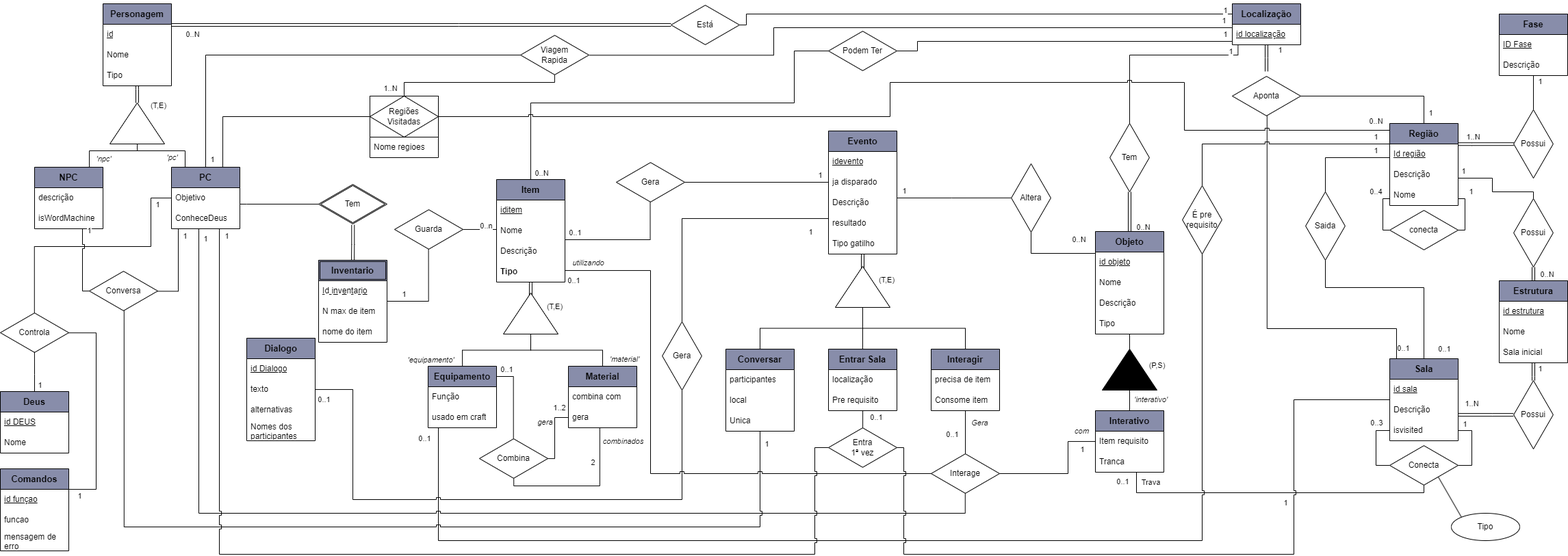
SBD1/2023.2-OneShot keeps this draw.io diagram as docs/images/modelagem/DER-1.0.png. Above is the earlier version. Source tidied: cells renumbered, new cells last; positions are measured from the earlier drawing's top-left corner, leaving out a move shared by most shapes.
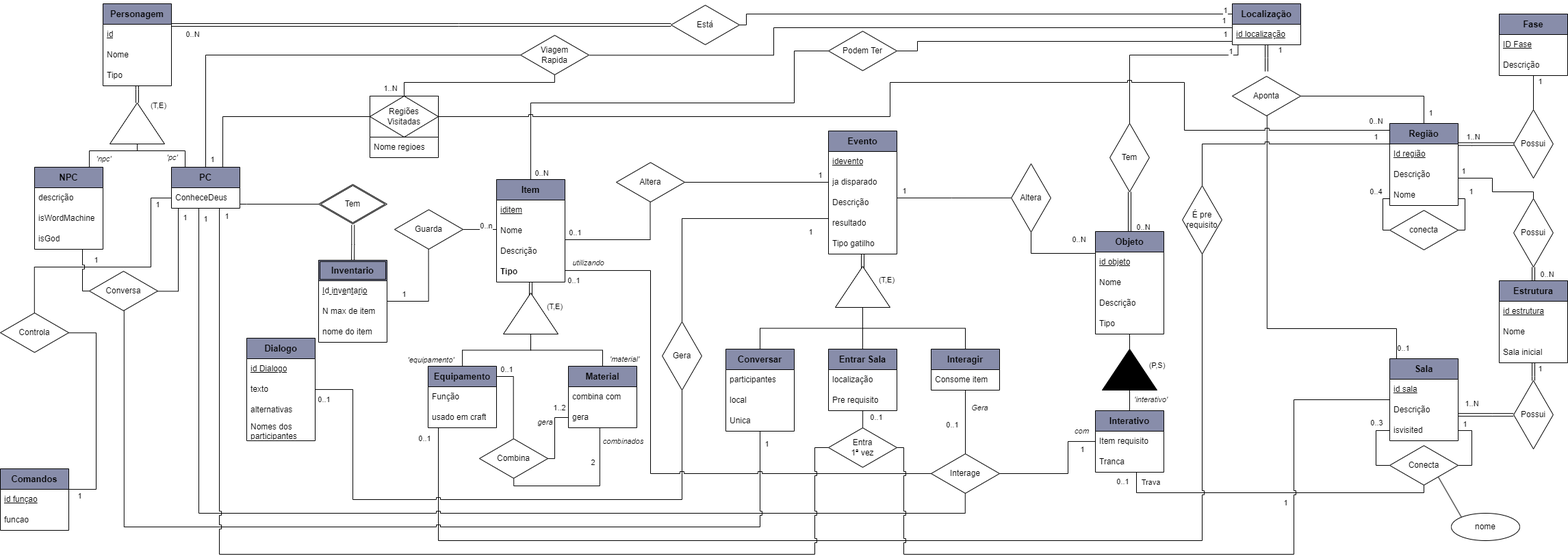
After the change.

Diff of the diagram source:
```diff
@@ -2,15 +2,6 @@
   <root>
     <mxCell id="0" />
     <mxCell id="1" parent="0" />
-    <mxCell id="2" value="Deus" style="swimlane;fontStyle=1;horizontal=1;startSize=30;whiteSpace=wrap;html=1;rounded=0;shadow=0;glass=0;strokeColor=default;align=center;verticalAlign=middle;fontFamily=Helvetica;fontSize=13;fontColor=default;fillColor=#888daa;labelBackgroundColor=none;labelBorderColor=none;swimlaneFillColor=none;fillStyle=auto;" parent="1" vertex="1">
-      <mxGeometry y="572" width="100" height="90" as="geometry" />
-    </mxCell>
-    <mxCell id="3" value="&lt;u&gt;id DEUS&lt;/u&gt;" style="text;strokeColor=none;fillColor=none;align=left;verticalAlign=middle;spacingLeft=4;spacingRight=4;overflow=hidden;whiteSpace=wrap;html=1;fontSize=12;fontFamily=Helvetica;fontColor=default;labelBackgroundColor=none;labelBorderColor=none;swimlaneFillColor=none;" parent="2" vertex="1">
-      <mxGeometry y="30" width="100" height="30" as="geometry" />
-    </mxCell>
-    <mxCell id="4" value="Nome" style="text;strokeColor=none;fillColor=none;align=left;verticalAlign=middle;spacingLeft=4;spacingRight=4;overflow=hidden;whiteSpace=wrap;html=1;fontSize=12;fontFamily=Helvetica;fontColor=default;labelBackgroundColor=none;labelBorderColor=none;swimlaneFillColor=none;" parent="2" vertex="1">
-      <mxGeometry y="60" width="100" height="30" as="geometry" />
-    </mxCell>
     <mxCell id="5" value="1" style="edgeStyle=orthogonalEdgeStyle;rounded=0;jettySize=auto;html=1;endArrow=none;endFill=0;" parent="1" edge="1" source="7" target="103">
       <mxGeometry x="-0.97" y="-10" relative="1" as="geometry">
         <Array as="points">
@@ -26,13 +17,10 @@
       </mxGeometry>
     </mxCell>
     <mxCell id="7" value="PC" style="swimlane;fontStyle=1;horizontal=1;startSize=30;whiteSpace=wrap;html=1;rounded=0;shadow=0;glass=0;strokeColor=default;align=center;verticalAlign=middle;fontFamily=Helvetica;fontSize=13;fontColor=default;fillColor=#888daa;labelBackgroundColor=none;labelBorderColor=none;swimlaneFillColor=none;fillStyle=auto;" parent="1" vertex="1">
-      <mxGeometry x="250" y="244" width="100" height="90" as="geometry" />
+      <mxGeometry x="250" y="244" width="100" height="60" as="geometry" />
     </mxCell>
-    <mxCell id="8" value="Objetivo" style="text;strokeColor=none;fillColor=none;align=left;verticalAlign=middle;spacingLeft=4;spacingRight=4;overflow=hidden;whiteSpace=wrap;html=1;fontSize=12;fontFamily=Helvetica;fontColor=default;labelBackgroundColor=none;labelBorderColor=none;swimlaneFillColor=none;" parent="7" vertex="1">
-      <mxGeometry y="30" width="100" height="30" as="geometry" />
-    </mxCell>
     <mxCell id="9" value="ConheceDeus" style="text;strokeColor=none;fillColor=none;align=left;verticalAlign=middle;spacingLeft=4;spacingRight=4;overflow=hidden;whiteSpace=wrap;html=1;fontSize=12;fontFamily=Helvetica;fontColor=default;labelBackgroundColor=none;labelBorderColor=none;swimlaneFillColor=none;" parent="7" vertex="1">
-      <mxGeometry y="60" width="100" height="30" as="geometry" />
+      <mxGeometry y="30" width="100" height="30" as="geometry" />
     </mxCell>
     <mxCell id="10" value="1" style="edgeStyle=orthogonalEdgeStyle;rounded=0;jettySize=auto;html=1;entryX=0;entryY=0;entryDx=0;entryDy=0;endArrow=none;endFill=0;" parent="1" edge="1" source="11" target="12">
       <mxGeometry x="0.97" y="10" relative="1" as="geometry">
@@ -363,19 +351,22 @@
       <mxGeometry x="160" y="150" width="80" height="60" as="geometry" />
     </mxCell>
     <mxCell id="87" value="NPC" style="swimlane;fontStyle=1;horizontal=1;startSize=30;whiteSpace=wrap;html=1;rounded=0;shadow=0;glass=0;strokeColor=default;align=center;verticalAlign=middle;fontFamily=Helvetica;fontSize=13;fontColor=default;fillColor=#888daa;labelBackgroundColor=none;labelBorderColor=none;swimlaneFillColor=none;fillStyle=auto;" parent="1" vertex="1">
-      <mxGeometry x="50" y="244" width="100" height="90" as="geometry" />
+      <mxGeometry x="50" y="244" width="100" height="120" as="geometry" />
     </mxCell>
     <mxCell id="88" value="descrição" style="text;strokeColor=none;fillColor=none;align=left;verticalAlign=middle;spacingLeft=4;spacingRight=4;overflow=hidden;whiteSpace=wrap;html=1;fontSize=12;fontFamily=Helvetica;fontColor=default;labelBackgroundColor=none;labelBorderColor=none;swimlaneFillColor=none;" parent="87" vertex="1">
       <mxGeometry y="30" width="100" height="30" as="geometry" />
     </mxCell>
+    <mxCell id="197" value="isWordMachine" style="text;strokeColor=none;fillColor=none;align=left;verticalAlign=middle;spacingLeft=4;spacingRight=4;overflow=hidden;whiteSpace=wrap;html=1;fontSize=12;fontFamily=Helvetica;fontColor=default;labelBackgroundColor=none;labelBorderColor=none;swimlaneFillColor=none;" parent="87" vertex="1">
+      <mxGeometry y="60" width="100" height="30" as="geometry" />
+    </mxCell>
-    <mxCell id="89" value="isWordMachine" style="text;strokeColor=none;fillColor=none;align=left;verticalAlign=middle;spacingLeft=4;spacingRight=4;overflow=hidden;whiteSpace=wrap;html=1;fontSize=12;fontFamily=Helvetica;fontColor=default;labelBackgroundColor=none;labelBorderColor=none;swimlaneFillColor=none;" parent="87" vertex="1">
-      <mxGeometry y="60" width="100" height="30" as="geometry" />
+    <mxCell id="89" value="isGod" style="text;strokeColor=none;fillColor=none;align=left;verticalAlign=middle;spacingLeft=4;spacingRight=4;overflow=hidden;whiteSpace=wrap;html=1;fontSize=12;fontFamily=Helvetica;fontColor=default;labelBackgroundColor=none;labelBorderColor=none;swimlaneFillColor=none;" parent="87" vertex="1">
+      <mxGeometry y="90" width="100" height="30" as="geometry" />
     </mxCell>
     <mxCell id="90" value="1" style="edgeStyle=orthogonalEdgeStyle;rounded=0;jettySize=auto;html=1;endArrow=none;endFill=0;exitX=0.502;exitY=0.886;exitDx=0;exitDy=0;exitPerimeter=0;" parent="1" edge="1" source="91" target="7">
       <mxGeometry x="0.89" y="-10" relative="1" as="geometry">
         <Array as="points">
-          <mxPoint x="50" y="360" />
-          <mxPoint x="220" y="360" />
+          <mxPoint x="50" y="390" />
+          <mxPoint x="220" y="390" />
           <mxPoint x="220" y="289" />
         </Array>
       </mxGeometry>
@@ -500,24 +491,6 @@
     <mxCell id="118" value="Podem Ter" style="html=1;whiteSpace=wrap;shape=isoRectangle;rounded=0;shadow=0;glass=0;strokeColor=default;align=center;verticalAlign=middle;fontFamily=Helvetica;fontSize=12;fontColor=default;startSize=30;fillColor=default;direction=west;" parent="1" vertex="1">
       <mxGeometry x="1210" y="38" width="100" height="72" as="geometry" />
     </mxCell>
-    <mxCell id="119" value="0..1" style="edgeStyle=orthogonalEdgeStyle;rounded=0;jettySize=auto;html=1;endArrow=none;endFill=0;" parent="1" edge="1" source="121" target="25">
-      <mxGeometry x="0.9" y="30" relative="1" as="geometry">
-        <Array as="points">
-          <mxPoint x="1936" y="420" />
-          <mxPoint x="2080" y="420" />
-        </Array>
-      </mxGeometry>
-    </mxCell>
-    <mxCell id="120" value="1" style="edgeStyle=orthogonalEdgeStyle;rounded=0;jettySize=auto;html=1;endArrow=none;endFill=0;entryX=-0.004;entryY=0.666;entryDx=0;entryDy=0;entryPerimeter=0;" parent="1" edge="1" source="121" target="18">
-      <mxGeometry x="0.72" y="10" relative="1" as="geometry">
-        <Array as="points">
-          <mxPoint x="1936" y="230" />
-        </Array>
-      </mxGeometry>
-    </mxCell>
-    <mxCell id="121" value="Saida" style="html=1;whiteSpace=wrap;shape=isoRectangle;rounded=0;shadow=0;glass=0;strokeColor=default;align=center;verticalAlign=middle;fontFamily=Helvetica;fontSize=12;fontColor=default;startSize=30;fillColor=default;direction=south;" parent="1" vertex="1">
-      <mxGeometry x="1900" y="280" width="72" height="100" as="geometry" />
-    </mxCell>
     <mxCell id="122" value="0..1" style="edgeStyle=orthogonalEdgeStyle;rounded=0;jettySize=auto;html=1;endArrow=none;endFill=0;jumpStyle=sharp;" parent="1" edge="1" target="51">
       <mxGeometry x="0.98" y="20" relative="1" as="geometry">
         <mxPoint x="1756" y="359" as="sourcePoint" />
@@ -619,7 +592,7 @@
         </Array>
       </mxGeometry>
     </mxCell>
-    <mxCell id="144" value="Gera" style="html=1;whiteSpace=wrap;shape=isoRectangle;rounded=0;shadow=0;glass=0;strokeColor=default;align=center;verticalAlign=middle;fontFamily=Helvetica;fontSize=12;fontColor=default;startSize=30;fillColor=default;direction=east;" parent="1" vertex="1">
+    <mxCell id="144" value="Altera" style="html=1;whiteSpace=wrap;shape=isoRectangle;rounded=0;shadow=0;glass=0;strokeColor=default;align=center;verticalAlign=middle;fontFamily=Helvetica;fontSize=12;fontColor=default;startSize=30;fillColor=default;direction=east;" parent="1" vertex="1">
       <mxGeometry x="900" y="230" width="100" height="72" as="geometry" />
     </mxCell>
     <mxCell id="145" style="rounded=0;whiteSpace=wrap;html=1;fillColor=none;" parent="1" vertex="1">
@@ -636,7 +609,7 @@
       </mxGeometry>
     </mxCell>
     <mxCell id="147" value="Comandos" style="swimlane;fontStyle=1;horizontal=1;startSize=30;whiteSpace=wrap;html=1;rounded=0;shadow=0;glass=0;strokeColor=default;align=center;verticalAlign=middle;fontFamily=Helvetica;fontSize=13;fontColor=default;fillColor=#888daa;labelBackgroundColor=none;labelBorderColor=none;swimlaneFillColor=none;fillStyle=auto;" parent="1" vertex="1">
-      <mxGeometry y="685" width="100" height="120" as="geometry" />
+      <mxGeometry y="685" width="100" height="90" as="geometry" />
     </mxCell>
     <mxCell id="148" value="&lt;u&gt;id funçao&lt;/u&gt;" style="text;strokeColor=none;fillColor=none;align=left;verticalAlign=middle;spacingLeft=4;spacingRight=4;overflow=hidden;whiteSpace=wrap;html=1;fontSize=12;fontFamily=Helvetica;fontColor=default;labelBackgroundColor=none;labelBorderColor=none;swimlaneFillColor=none;" parent="147" vertex="1">
       <mxGeometry y="30" width="100" height="30" as="geometry" />
@@ -644,9 +617,6 @@
     <mxCell id="149" value="funcao" style="text;strokeColor=none;fillColor=none;align=left;verticalAlign=middle;spacingLeft=4;spacingRight=4;overflow=hidden;whiteSpace=wrap;html=1;fontSize=12;fontFamily=Helvetica;fontColor=default;labelBackgroundColor=none;labelBorderColor=none;swimlaneFillColor=none;" parent="147" vertex="1">
       <mxGeometry y="60" width="100" height="30" as="geometry" />
     </mxCell>
-    <mxCell id="150" value="mensagem de erro" style="text;strokeColor=none;fillColor=none;align=left;verticalAlign=middle;spacingLeft=4;spacingRight=4;overflow=hidden;whiteSpace=wrap;html=1;fontSize=12;fontFamily=Helvetica;fontColor=default;labelBackgroundColor=none;labelBorderColor=none;swimlaneFillColor=none;" parent="147" vertex="1">
-      <mxGeometry y="90" width="100" height="30" as="geometry" />
-    </mxCell>
     <mxCell id="151" style="edgeStyle=orthogonalEdgeStyle;rounded=0;jettySize=auto;html=1;jumpStyle=sharp;endArrow=none;endFill=0;" parent="1" edge="1" source="174" target="17">
       <mxGeometry x="0.95" y="10" relative="1" as="geometry">
         <Array as="points">
@@ -710,13 +680,10 @@
       </mxGeometry>
     </mxCell>
     <mxCell id="165" value="Interagir" style="swimlane;fontStyle=1;horizontal=1;startSize=30;whiteSpace=wrap;html=1;rounded=0;shadow=0;glass=0;strokeColor=default;align=center;verticalAlign=middle;fontFamily=Helvetica;fontSize=13;fontColor=default;fillColor=#888daa;labelBackgroundColor=none;labelBorderColor=none;swimlaneFillColor=none;fillStyle=auto;" parent="1" vertex="1">
-      <mxGeometry x="1360" y="510" width="100" height="90" as="geometry" />
+      <mxGeometry x="1360" y="510" width="100" height="60" as="geometry" />
     </mxCell>
-    <mxCell id="166" value="precisa de item" style="text;strokeColor=none;fillColor=none;align=left;verticalAlign=middle;spacingLeft=4;spacingRight=4;overflow=hidden;whiteSpace=wrap;html=1;fontSize=12;fontFamily=Helvetica;fontColor=default;labelBackgroundColor=none;labelBorderColor=none;swimlaneFillColor=none;" parent="165" vertex="1">
-      <mxGeometry y="30" width="100" height="30" as="geometry" />
-    </mxCell>
     <mxCell id="167" value="Consome item" style="text;strokeColor=none;fillColor=none;align=left;verticalAlign=middle;spacingLeft=4;spacingRight=4;overflow=hidden;whiteSpace=wrap;html=1;fontSize=12;fontFamily=Helvetica;fontColor=default;labelBackgroundColor=none;labelBorderColor=none;swimlaneFillColor=none;" parent="165" vertex="1">
-      <mxGeometry y="60" width="100" height="30" as="geometry" />
+      <mxGeometry y="30" width="100" height="30" as="geometry" />
     </mxCell>
     <mxCell id="168" value="Conversar" style="swimlane;fontStyle=1;horizontal=1;startSize=30;whiteSpace=wrap;html=1;rounded=0;shadow=0;glass=0;strokeColor=default;align=center;verticalAlign=middle;fontFamily=Helvetica;fontSize=13;fontColor=default;fillColor=#888daa;labelBackgroundColor=none;labelBorderColor=none;swimlaneFillColor=none;fillStyle=auto;" parent="1" vertex="1">
       <mxGeometry x="1060" y="510" width="100" height="120" as="geometry" />
@@ -763,11 +730,6 @@
     <mxCell id="178" value="Interage" style="html=1;whiteSpace=wrap;shape=isoRectangle;rounded=0;shadow=0;glass=0;strokeColor=default;align=center;verticalAlign=middle;fontFamily=Helvetica;fontSize=12;fontColor=default;startSize=30;fillColor=default;direction=east;" parent="1" vertex="1">
       <mxGeometry x="1360" y="656" width="100" height="72" as="geometry" />
     </mxCell>
-    <mxCell id="179" value="1" style="edgeStyle=orthogonalEdgeStyle;rounded=0;jettySize=auto;html=1;exitX=0.5;exitY=0;exitDx=0;exitDy=0;entryX=0.501;entryY=0.107;entryDx=0;entryDy=0;entryPerimeter=0;endArrow=none;endFill=0;" parent="1" edge="1" source="2" target="91">
-      <mxGeometry x="-0.65" y="-10" relative="1" as="geometry">
-        <mxPoint x="-2" y="2" as="offset" />
-      </mxGeometry>
-    </mxCell>
     <mxCell id="180" value="1" style="edgeStyle=orthogonalEdgeStyle;rounded=0;jettySize=auto;html=1;endArrow=none;endFill=0;exitX=0.029;exitY=0.495;exitDx=0;exitDy=0;exitPerimeter=0;" parent="1" edge="1" source="183" target="7">
       <mxGeometry x="0.81" y="-10" relative="1" as="geometry">
         <Array as="points">
@@ -776,7 +738,7 @@
       </mxGeometry>
     </mxCell>
     <mxCell id="181" value="1" style="edgeStyle=orthogonalEdgeStyle;rounded=0;jettySize=auto;html=1;jumpStyle=sharp;endArrow=none;endFill=0;" parent="1" edge="1" source="183" target="87">
-      <mxGeometry x="0.93" y="-10" relative="1" as="geometry">
+      <mxGeometry x="0.55" y="-20" relative="1" as="geometry">
         <Array as="points">
           <mxPoint x="120" y="425" />
         </Array>
@@ -870,7 +832,7 @@
         <mxPoint x="2101" y="697" as="targetPoint" />
       </mxGeometry>
     </mxCell>
-    <mxCell id="196" value="Tipo" style="ellipse;whiteSpace=wrap;html=1;align=center;" parent="1" vertex="1">
+    <mxCell id="196" value="nome" style="ellipse;whiteSpace=wrap;html=1;align=center;" parent="1" vertex="1">
       <mxGeometry x="2120" y="750" width="100" height="40" as="geometry" />
     </mxCell>
   </root>
```
